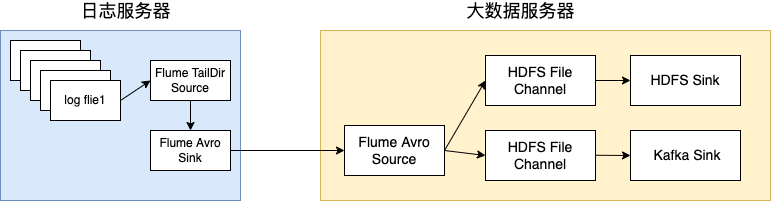
The draw.io diagram ihuman/flume/ETL流程.drawio.png in hanzongqing/big-data, before a commit. Source tidied: cells renumbered, new cells last; positions are measured from the earlier drawing's top-left corner, leaving out a move shared by most shapes. Source of this version:
```xml
<mxGraphModel>
  <root>
    <mxCell id="0" />
    <mxCell id="1" parent="0" />
    <mxCell id="2" style="rounded=0;whiteSpace=wrap;html=1;fontSize=14;fillColor=#fff2cc;strokeColor=#d6b656;" parent="1" vertex="1">
      <mxGeometry x="320" y="30" width="450" height="170" as="geometry" />
    </mxCell>
    <mxCell id="3" style="rounded=0;whiteSpace=wrap;html=1;fillColor=#dae8fc;strokeColor=#6c8ebf;" parent="1" vertex="1">
      <mxGeometry y="30" width="240" height="170" as="geometry" />
    </mxCell>
    <mxCell id="4" value="log flie5" style="rounded=0;whiteSpace=wrap;html=1;" parent="1" vertex="1">
      <mxGeometry x="10" y="40" width="70" height="40" as="geometry" />
    </mxCell>
    <mxCell id="5" value="log flie4" style="rounded=0;whiteSpace=wrap;html=1;" parent="1" vertex="1">
      <mxGeometry x="20" y="50" width="70" height="40" as="geometry" />
    </mxCell>
    <mxCell id="6" value="log flie3" style="rounded=0;whiteSpace=wrap;html=1;" parent="1" vertex="1">
      <mxGeometry x="30" y="60" width="70" height="40" as="geometry" />
    </mxCell>
    <mxCell id="7" value="log flie2" style="rounded=0;whiteSpace=wrap;html=1;" parent="1" vertex="1">
      <mxGeometry x="40" y="70" width="70" height="40" as="geometry" />
    </mxCell>
    <mxCell id="8" value="log flie1" style="rounded=0;whiteSpace=wrap;html=1;" parent="1" vertex="1">
      <mxGeometry x="50" y="80" width="70" height="40" as="geometry" />
    </mxCell>
    <mxCell id="9" value="Flume TailDir Source&lt;br&gt;" style="rounded=0;whiteSpace=wrap;html=1;" parent="1" vertex="1">
      <mxGeometry x="150" y="60" width="80" height="40" as="geometry" />
    </mxCell>
    <mxCell id="10" value="Flume Avro Sink" style="rounded=0;whiteSpace=wrap;html=1;" parent="1" vertex="1">
      <mxGeometry x="150" y="130" width="80" height="40" as="geometry" />
    </mxCell>
    <mxCell id="11" value="&lt;font style=&quot;font-size: 18px&quot;&gt;日志服务器&lt;/font&gt;" style="text;html=1;align=center;verticalAlign=middle;strokeColor=none;fillColor=none;" parent="1" vertex="1">
      <mxGeometry x="70" width="110" height="20" as="geometry" />
    </mxCell>
    <mxCell id="12" value="Flume Avro Source" style="rounded=0;whiteSpace=wrap;html=1;fontSize=14;" parent="1" vertex="1">
      <mxGeometry x="344" y="125" width="100" height="50" as="geometry" />
    </mxCell>
    <mxCell id="13" value="HDFS File Channel" style="rounded=0;whiteSpace=wrap;html=1;fontSize=14;" parent="1" vertex="1">
      <mxGeometry x="485" y="55" width="110" height="50" as="geometry" />
    </mxCell>
    <mxCell id="14" style="endArrow=classic;html=1;rounded=0;fontSize=14;exitX=1;exitY=0.5;exitDx=0;exitDy=0;entryX=0;entryY=0.5;entryDx=0;entryDy=0;" parent="1" edge="1" source="10" target="12">
      <mxGeometry relative="1" as="geometry" />
    </mxCell>
    <mxCell id="15" style="endArrow=classic;html=1;rounded=0;fontSize=14;exitX=1;exitY=0.5;exitDx=0;exitDy=0;entryX=0;entryY=0.5;entryDx=0;entryDy=0;" parent="1" edge="1" source="12" target="13">
      <mxGeometry relative="1" as="geometry" />
    </mxCell>
    <mxCell id="16" style="endArrow=classic;html=1;rounded=0;fontSize=14;entryX=0;entryY=0.5;entryDx=0;entryDy=0;exitX=1;exitY=0.5;exitDx=0;exitDy=0;" parent="1" edge="1" source="12" target="23">
      <mxGeometry relative="1" as="geometry" />
    </mxCell>
    <mxCell id="17" style="edgeStyle=orthogonalEdgeStyle;rounded=0;orthogonalLoop=1;jettySize=auto;html=1;exitX=0.5;exitY=1;exitDx=0;exitDy=0;fontSize=14;" parent="1" edge="1" source="9" target="9">
      <mxGeometry relative="1" as="geometry" />
    </mxCell>
    <mxCell id="18" style="endArrow=classic;html=1;rounded=0;fontSize=14;exitX=1;exitY=0.5;exitDx=0;exitDy=0;entryX=0;entryY=0.5;entryDx=0;entryDy=0;" parent="1" edge="1" source="8" target="9">
      <mxGeometry relative="1" as="geometry" />
    </mxCell>
    <mxCell id="19" style="endArrow=classic;html=1;rounded=0;fontSize=14;exitX=0.5;exitY=1;exitDx=0;exitDy=0;entryX=0.5;entryY=0;entryDx=0;entryDy=0;" parent="1" edge="1" source="9" target="10">
      <mxGeometry relative="1" as="geometry" />
    </mxCell>
    <mxCell id="20" style="endArrow=classic;html=1;rounded=0;fontSize=14;exitX=1;exitY=0.5;exitDx=0;exitDy=0;entryX=0;entryY=0.5;entryDx=0;entryDy=0;" parent="1" edge="1" source="13" target="22">
      <mxGeometry relative="1" as="geometry" />
    </mxCell>
    <mxCell id="21" style="endArrow=classic;html=1;rounded=0;fontSize=14;exitX=1;exitY=0.5;exitDx=0;exitDy=0;entryX=0;entryY=0.5;entryDx=0;entryDy=0;" parent="1" edge="1" target="24">
      <mxGeometry relative="1" as="geometry">
        <mxPoint x="560" y="154.5" as="sourcePoint" />
      </mxGeometry>
    </mxCell>
    <mxCell id="22" value="HDFS Sink" style="rounded=0;whiteSpace=wrap;html=1;fontSize=14;" parent="1" vertex="1">
      <mxGeometry x="630" y="55" width="110" height="50" as="geometry" />
    </mxCell>
    <mxCell id="23" value="HDFS File Channel" style="rounded=0;whiteSpace=wrap;html=1;fontSize=14;" parent="1" vertex="1">
      <mxGeometry x="485" y="130" width="110" height="50" as="geometry" />
    </mxCell>
    <mxCell id="24" value="&amp;nbsp;Kafka Sink" style="rounded=0;whiteSpace=wrap;html=1;fontSize=14;" parent="1" vertex="1">
      <mxGeometry x="630" y="130" width="110" height="50" as="geometry" />
    </mxCell>
    <mxCell id="25" value="&lt;font style=&quot;font-size: 18px&quot;&gt;大数据服务器&lt;/font&gt;" style="text;html=1;align=center;verticalAlign=middle;strokeColor=none;fillColor=none;fontSize=14;" parent="1" vertex="1">
      <mxGeometry x="460" width="120" height="20" as="geometry" />
    </mxCell>
  </root>
</mxGraphModel>
```
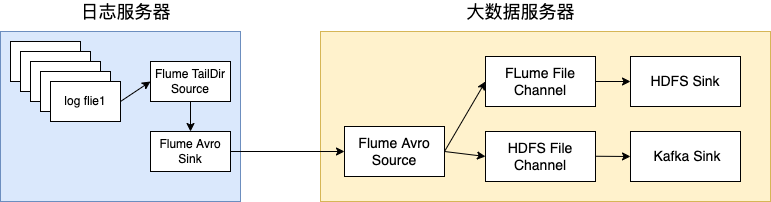
Above is the later version.

Change to the diagram source:
```diff
@@ -35,7 +35,7 @@
     <mxCell id="12" value="Flume Avro Source" style="rounded=0;whiteSpace=wrap;html=1;fontSize=14;" parent="1" vertex="1">
       <mxGeometry x="344" y="125" width="100" height="50" as="geometry" />
     </mxCell>
-    <mxCell id="13" value="HDFS File Channel" style="rounded=0;whiteSpace=wrap;html=1;fontSize=14;" parent="1" vertex="1">
+    <mxCell id="13" value="FLume File Channel" style="rounded=0;whiteSpace=wrap;html=1;fontSize=14;" parent="1" vertex="1">
       <mxGeometry x="485" y="55" width="110" height="50" as="geometry" />
     </mxCell>
     <mxCell id="14" style="endArrow=classic;html=1;rounded=0;fontSize=14;exitX=1;exitY=0.5;exitDx=0;exitDy=0;entryX=0;entryY=0.5;entryDx=0;entryDy=0;" parent="1" edge="1" source="10" target="12">
```
